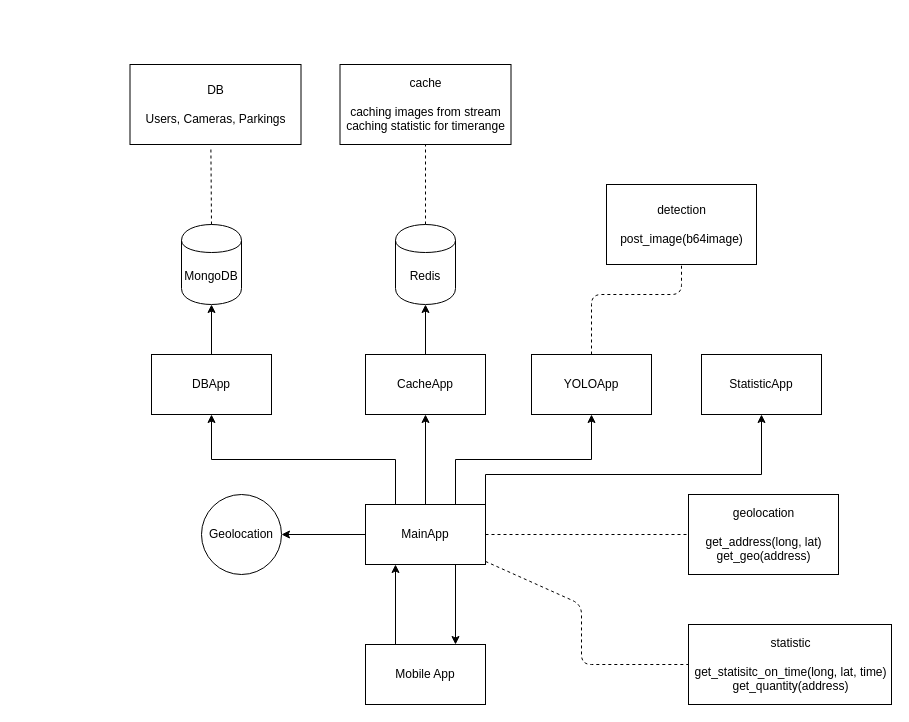
Earlier version of the draw.io diagram images/RostelecomBackend.drawio (MaximDmitrievich/RostelekomAutoBackend). Source tidied: cells renumbered, new cells numbered last; positions are measured from the earlier drawing's top-left corner, leaving out a move shared by most shapes. Both pictures are drawn from the tidied source at 100%, with x=0, y=0 at pixel (129, 64).
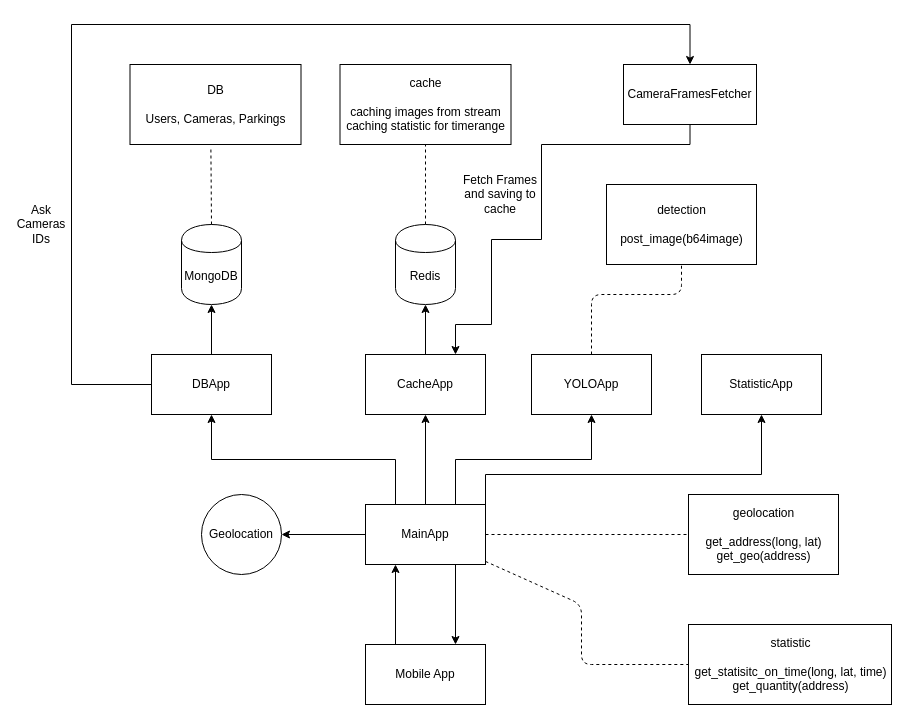
After the change.

Unchanged cells that the change refers to:
```xml
<mxCell id="12" value="DBApp" style="rounded=0;whiteSpace=wrap;html=1;" parent="1" vertex="1">
  <mxGeometry x="22" y="290" width="120" height="60" as="geometry" />
</mxCell>
<mxCell id="14" value="CacheApp" style="rounded=0;whiteSpace=wrap;html=1;" parent="1" vertex="1">
  <mxGeometry x="236" y="290" width="120" height="60" as="geometry" />
</mxCell>
```

The edit, as a diff of the source:
```diff
@@
+    <mxCell id="30" style="edgeStyle=orthogonalEdgeStyle;rounded=0;jettySize=auto;html=1;exitX=0;exitY=0.5;exitDx=0;exitDy=0;entryX=0.5;entryY=0;entryDx=0;entryDy=0;" parent="1" edge="1" source="12" target="32">
+      <mxGeometry relative="1" as="geometry">
+        <Array as="points">
+          <mxPoint x="-58" y="320" />
+          <mxPoint x="-58" y="-40" />
+          <mxPoint x="561" y="-40" />
+        </Array>
+      </mxGeometry>
+    </mxCell>
@@
+    <mxCell id="31" style="edgeStyle=orthogonalEdgeStyle;rounded=0;jettySize=auto;html=1;exitX=0.5;exitY=1;exitDx=0;exitDy=0;entryX=0.75;entryY=0;entryDx=0;entryDy=0;" parent="1" edge="1" source="32" target="14">
+      <mxGeometry relative="1" as="geometry">
+        <Array as="points">
+          <mxPoint x="561" y="80" />
+          <mxPoint x="412" y="80" />
+          <mxPoint x="412" y="175" />
+          <mxPoint x="362" y="175" />
+          <mxPoint x="362" y="260" />
+          <mxPoint x="326" y="260" />
+        </Array>
+      </mxGeometry>
+    </mxCell>
+    <mxCell id="32" value="CameraFramesFetcher" style="rounded=0;whiteSpace=wrap;html=1;" parent="1" vertex="1">
+      <mxGeometry x="494" width="133" height="60" as="geometry" />
+    </mxCell>
+    <mxCell id="33" value="Ask Cameras IDs" style="text;html=1;strokeColor=none;fillColor=none;align=center;verticalAlign=middle;whiteSpace=wrap;rounded=0;" parent="1" vertex="1">
+      <mxGeometry x="-108" y="150" width="40" height="20" as="geometry" />
+    </mxCell>
+    <mxCell id="34" value="Fetch Frames and saving to cache" style="text;html=1;strokeColor=none;fillColor=none;align=center;verticalAlign=middle;whiteSpace=wrap;rounded=0;" parent="1" vertex="1">
+      <mxGeometry x="326" y="120" width="90" height="20" as="geometry" />
+    </mxCell>
```
